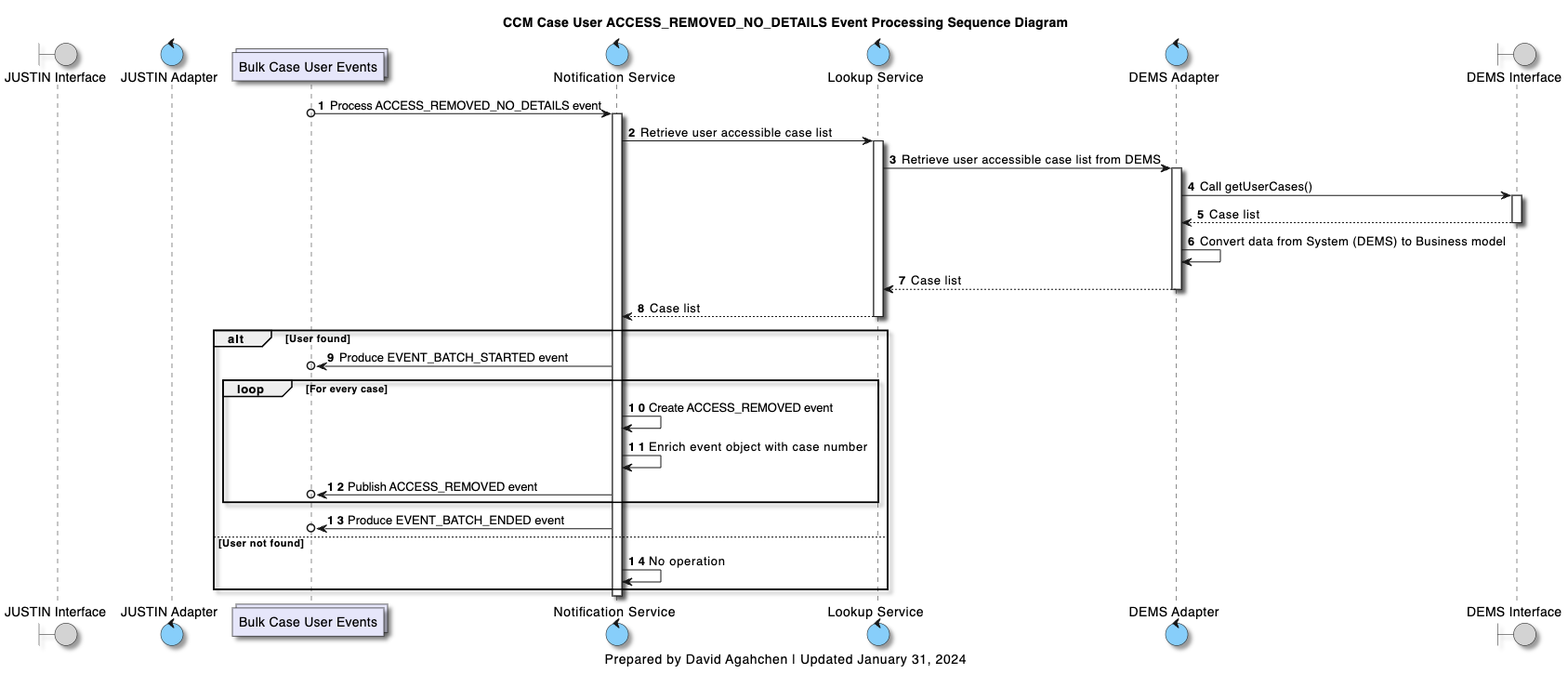
Earlier version of the PlantUML export diagrams/img/ccm_case_user_access_removed_no_details_processing_sequence_diagram.png (bcgov/jpss-jade-ccm). Its source is kept beside it as diagrams/ccm_case_user_access_removed_no_details_processing_sequence_diagram.plantuml. Source of this version:
```plantuml
@startuml

skinparam Shadowing true
skinparam CollectionsBackgroundColor Lavender
skinparam ControlBackgroundColor LightSkyBlue
skinparam BoundaryBackgroundColor LightGrey


boundary j_interface as "JUSTIN Interface"
control j_adapter as "JUSTIN Adapter"
collections bulk_case_users_topic as "Bulk Case User Events"
control notification_service as "Notification Service"
control lookup_service as "Lookup Service"
control d_adapter as "DEMS Adapter"
boundary d_interface as "DEMS Interface"


title
CCM Case User ACCESS_REMOVED_NO_DETAILS Event Processing Sequence Diagram
end title

autonumber

bulk_case_users_topic o-> notification_service : Process ACCESS_REMOVED_NO_DETAILS event
activate notification_service

notification_service -> lookup_service: Retrieve user accessible case list
activate lookup_service
lookup_service -> d_adapter: Retrieve user accessible case list from DEMS

activate d_adapter
d_adapter -> d_interface: Call getUserCases()
activate d_interface
d_interface --> d_adapter: Case list
deactivate d_interface
d_adapter -> d_adapter: Convert data from System (DEMS) to Business model
d_adapter --> lookup_service: Case list
deactivate d_adapter

lookup_service --> notification_service: Case list
deactivate lookup_service

alt User found
    notification_service ->o bulk_case_users_topic: Produce EVENT_BATCH_STARTED event

    loop For every case
        notification_service -> notification_service: Create ACCESS_REMOVED event
        notification_service -> notification_service: Enrich event object with case number
        notification_service ->o bulk_case_users_topic: Publish ACCESS_REMOVED event
    end

    notification_service ->o bulk_case_users_topic: Produce EVENT_BATCH_ENDED event
else User not found
    notification_service -> notification_service: No operation
end

deactivate notification_service

caption
Prepared by David Agahchen | Updated January 31, 2024
end caption
@enduml
```
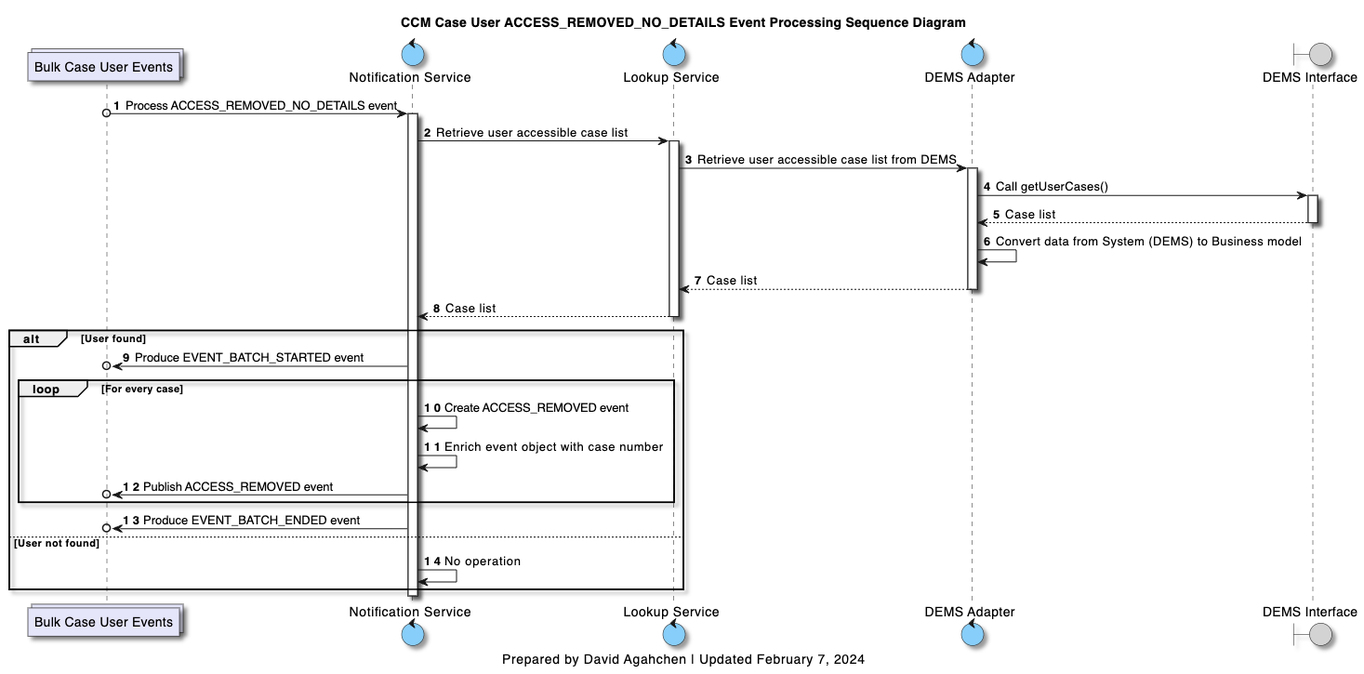
After the change.

The edit, as a diff of the source:
```diff
@@ -6,8 +6,6 @@
 skinparam BoundaryBackgroundColor LightGrey
 
 
-boundary j_interface as "JUSTIN Interface"
-control j_adapter as "JUSTIN Adapter"
 collections bulk_case_users_topic as "Bulk Case User Events"
 control notification_service as "Notification Service"
 control lookup_service as "Lookup Service"
@@ -57,6 +55,6 @@
 deactivate notification_service
 
 caption
-Prepared by David Agahchen | Updated January 31, 2024
+Prepared by David Agahchen | Updated February 7, 2024
 end caption
 @enduml
```
